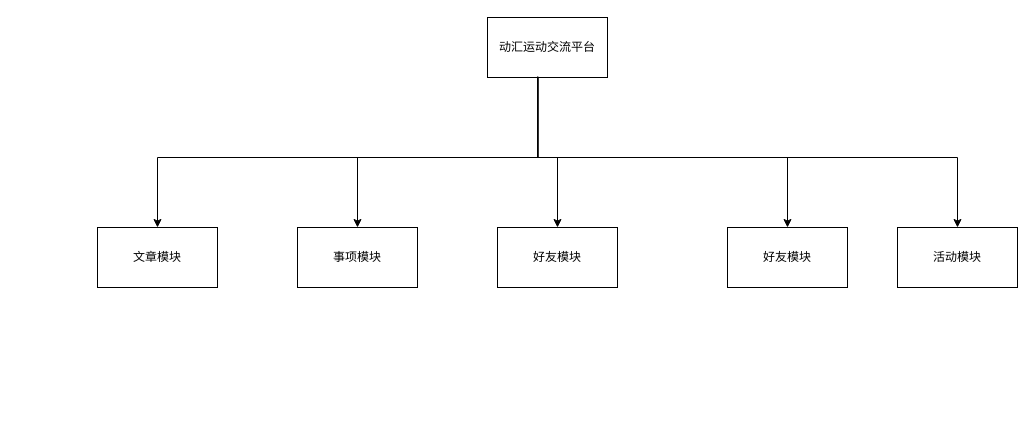
Earlier version of the draw.io diagram 未命名绘图.drawio (ArexdOr/blogFactory). Source tidied: cells renumbered, new cells numbered last; positions are measured from the earlier drawing's top-left corner, leaving out a move shared by most shapes. Both pictures are drawn from the tidied source at 100%, with x=0, y=0 at pixel (97, 17).
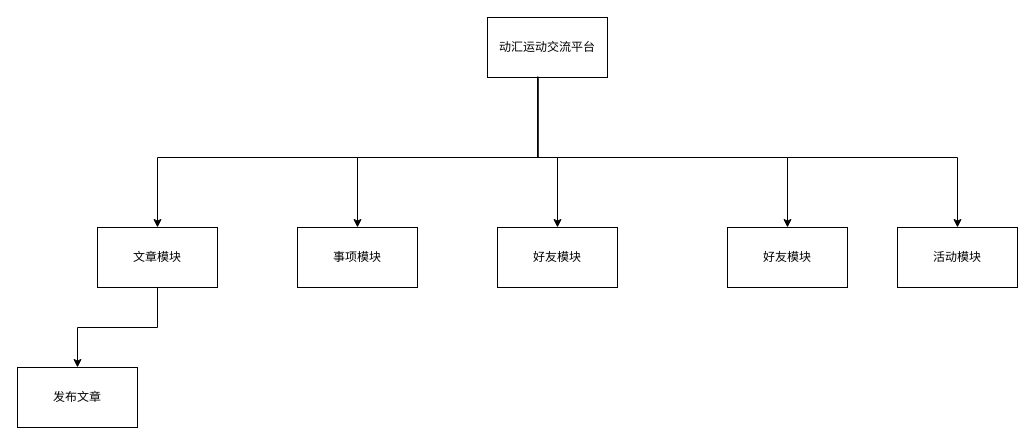
Above is the later version.

Commit message:
更新未命名绘图.drawio

The change refers to these unchanged cells:
```xml
<mxCell id="6" value="文章模块" style="whiteSpace=wrap;html=1;" parent="1" vertex="1">
  <mxGeometry y="210" width="120" height="60" as="geometry" />
</mxCell>
```

Change to the diagram source:
```diff
@@
+    <mxCell id="13" style="edgeStyle=orthogonalEdgeStyle;rounded=0;jettySize=auto;html=1;" parent="1" edge="1" source="6" target="14">
+      <mxGeometry relative="1" as="geometry" />
+    </mxCell>
@@
+    <mxCell id="14" value="发布文章" style="rounded=0;whiteSpace=wrap;html=1;" parent="1" vertex="1">
+      <mxGeometry x="-80" y="350" width="120" height="60" as="geometry" />
+    </mxCell>
```
